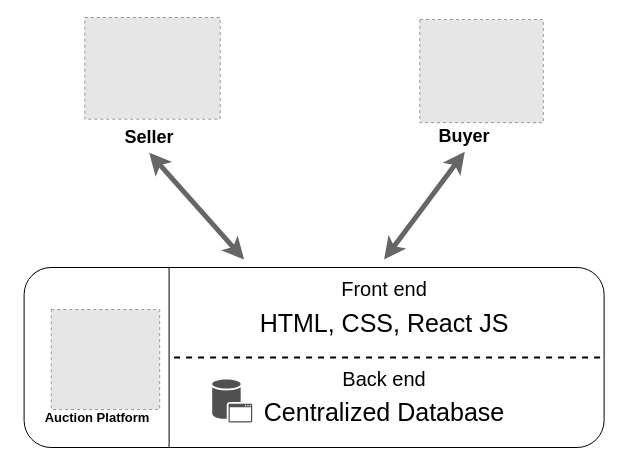
Above: E-Auction Standard.drawio in ariesharry/Diagrams (draw.io), before the change. Source tidied: cells renumbered, new cells numbered last; positions are measured from the earlier drawing's top-left corner, leaving out a move shared by most shapes. Both pictures are drawn from the tidied source at 100%, with x=0, y=0 at pixel (17, 17). Pictures stored in the file or linked from it are replaced by grey dashed boxes.
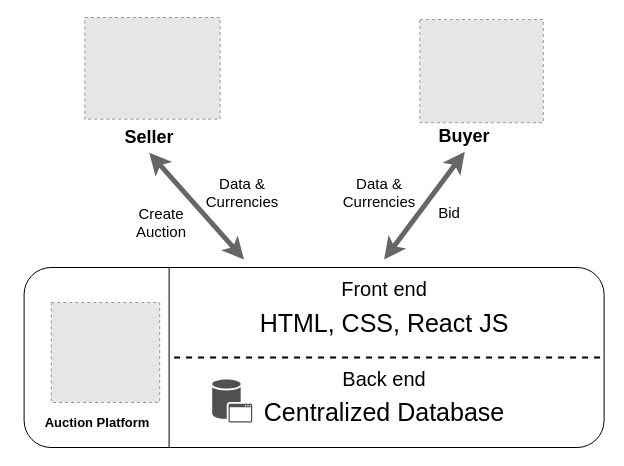
The same diagram, later.

Change to the diagram source:
```diff
@@
     <mxCell id="5" style="fillColor=#E6E6E6;strokeColor=#999999;dashed=1;verticalLabelPosition=bottom;labelBackgroundColor=default;verticalAlign=top;" parent="1" vertex="1">
-      <mxGeometry x="33.8" y="292" width="108.4" height="100" as="geometry" />
+      <mxGeometry x="33.8" y="285" width="108.4" height="100" as="geometry" />
     </mxCell>
-    <mxCell id="6" value="&lt;b style=&quot;font-size: 13px;&quot;&gt;&lt;font style=&quot;font-size: 13px;&quot;&gt;Auction Platform&lt;/font&gt;&lt;/b&gt;" style="text;html=1;strokeColor=none;fillColor=none;align=center;verticalAlign=middle;whiteSpace=wrap;rounded=0;fontSize=13;" parent="1" vertex="1">
-      <mxGeometry y="385" width="160" height="30" as="geometry" />
+    <mxCell id="6" value="&lt;font style=&quot;font-size: 13px;&quot;&gt;Auction Platform&lt;/font&gt;" style="text;html=1;strokeColor=none;fillColor=none;align=center;verticalAlign=middle;whiteSpace=wrap;rounded=0;fontSize=13;fontStyle=1;" parent="1" vertex="1">
+      <mxGeometry y="390" width="160" height="30" as="geometry" />
     </mxCell>
@@
+    <mxCell id="19" value="Bid" style="text;html=1;strokeColor=none;fillColor=none;align=center;verticalAlign=middle;whiteSpace=wrap;rounded=0;fontSize=15;" parent="1" vertex="1">
+      <mxGeometry x="402.3" y="180" width="60" height="30" as="geometry" />
+    </mxCell>
+    <mxCell id="20" value="Data &amp;amp; Currencies" style="text;html=1;strokeColor=none;fillColor=none;align=center;verticalAlign=middle;whiteSpace=wrap;rounded=0;fontSize=15;" parent="1" vertex="1">
+      <mxGeometry x="332.3" y="160" width="60" height="30" as="geometry" />
+    </mxCell>
+    <mxCell id="21" value="Create Auction" style="text;html=1;strokeColor=none;fillColor=none;align=center;verticalAlign=middle;whiteSpace=wrap;rounded=0;fontSize=15;" parent="1" vertex="1">
+      <mxGeometry x="114" y="190" width="60" height="30" as="geometry" />
+    </mxCell>
+    <mxCell id="22" value="Data &amp;amp; Currencies" style="text;html=1;strokeColor=none;fillColor=none;align=center;verticalAlign=middle;whiteSpace=wrap;rounded=0;fontSize=15;" parent="1" vertex="1">
+      <mxGeometry x="194.7" y="160" width="60" height="30" as="geometry" />
+    </mxCell>
```
